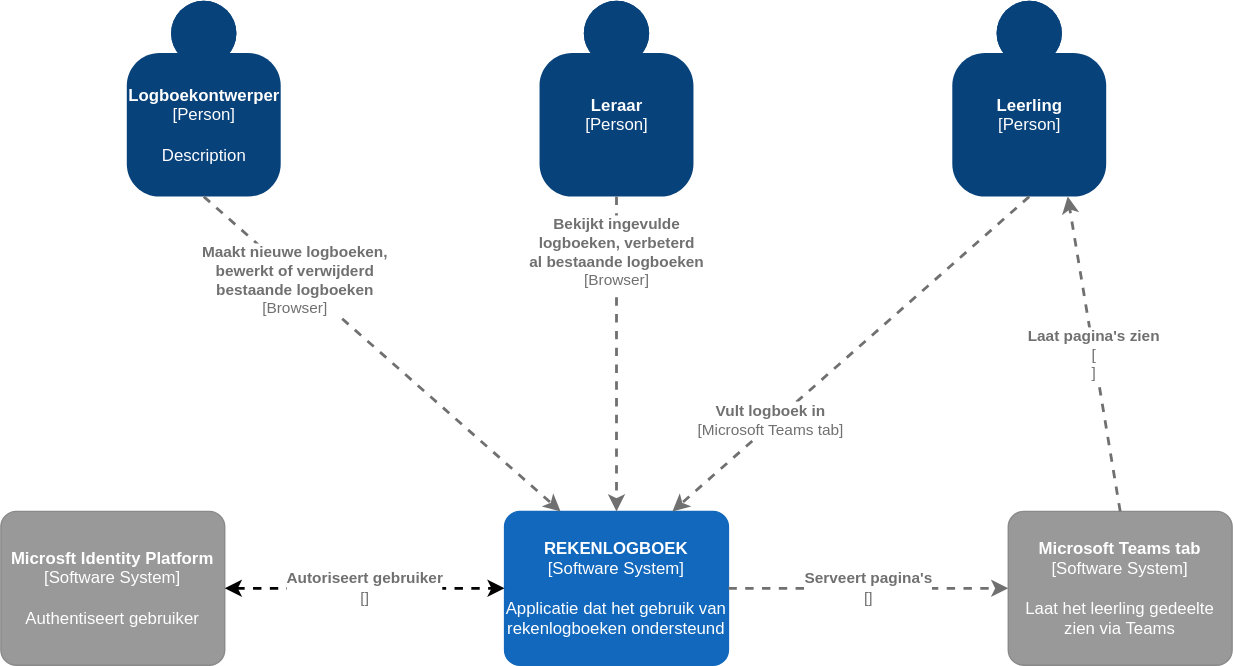
Rowan-Paul/HANAIM-DWA-Rekenlogboek keeps this draw.io diagram as docs/c4-model/systeem-context.svg. Above is the earlier version. Source tidied: cells renumbered, new cells last; positions are measured from the earlier drawing's top-left corner, leaving out a move shared by most shapes. Its diagram source:
```xml
<mxGraphModel>
  <root>
    <mxCell id="0" />
    <mxCell id="1" parent="0" />
    <object id="2" label="&lt;b&gt;%c4Name%&lt;/b&gt;&lt;div&gt;[%c4Type%]&lt;/div&gt;&lt;br&gt;&lt;div&gt;%c4Description%&lt;/div&gt;" c4Description="Applicatie dat het gebruik van rekenlogboeken ondersteund" c4Name="REKENLOGBOEK" c4Type="Software System" placeholders="1">
      <mxCell style="rounded=1;whiteSpace=wrap;html=1;labelBackgroundColor=none;fillColor=#1168BD;fontColor=#ffffff;align=center;arcSize=10;strokeColor=#1168BD;metaData={&quot;c4Type&quot;:{&quot;editable&quot;:false}};points=[[0.25,0,0],[0.5,0,0],[0.75,0,0],[1,0.25,0],[1,0.5,0],[1,0.75,0],[0.75,1,0],[0.5,1,0],[0.25,1,0],[0,0.75,0],[0,0.5,0],[0,0.25,0]];" parent="1" vertex="1">
        <mxGeometry x="360" y="365" width="160" height="110" as="geometry" />
      </mxCell>
    </object>
    <object id="3" label="&lt;b&gt;%c4Name%&lt;/b&gt;&lt;div&gt;[%c4Type%]&lt;/div&gt;&lt;br&gt;&lt;div&gt;%c4Description%&lt;/div&gt;" c4Description="" c4Name="Leraar" c4Type="Person" placeholders="1">
      <mxCell style="html=1;dashed=0;whitespace=wrap;fillColor=#08427b;strokeColor=none;fontColor=#ffffff;shape=mxgraph.c4.person;align=center;points=[[0.5,0,0],[1,0.5,0],[1,0.75,0],[0.75,1,0],[0.5,1,0],[0.25,1,0],[0,0.75,0],[0,0.5,0]];metaData={&quot;c4Type&quot;:{&quot;editable&quot;:false}};" parent="1" vertex="1">
        <mxGeometry x="385" width="110" height="140" as="geometry" />
      </mxCell>
    </object>
    <object id="4" label="&lt;b&gt;%c4Name%&lt;/b&gt;&lt;div&gt;[%c4Type%]&lt;/div&gt;&lt;br&gt;&lt;div&gt;%c4Description%&lt;/div&gt;" c4Description="Description" c4Name="Logboekontwerper" c4Type="Person" placeholders="1">
      <mxCell style="html=1;dashed=0;whitespace=wrap;fillColor=#08427b;strokeColor=none;fontColor=#ffffff;shape=mxgraph.c4.person;align=center;points=[[0.5,0,0],[1,0.5,0],[1,0.75,0],[0.75,1,0],[0.5,1,0],[0.25,1,0],[0,0.75,0],[0,0.5,0]];metaData={&quot;c4Type&quot;:{&quot;editable&quot;:false}};" parent="1" vertex="1">
        <mxGeometry x="90" width="110" height="140" as="geometry" />
      </mxCell>
    </object>
    <object id="5" label="&lt;b&gt;%c4Name%&lt;/b&gt;&lt;div&gt;[%c4Type%]&lt;/div&gt;&lt;br&gt;&lt;div&gt;%c4Description%&lt;/div&gt;" c4Description="" c4Name="Leerling" c4Type="Person" placeholders="1">
      <mxCell style="html=1;dashed=0;whitespace=wrap;fillColor=#08427b;strokeColor=none;fontColor=#ffffff;shape=mxgraph.c4.person;align=center;points=[[0.5,0,0],[1,0.5,0],[1,0.75,0],[0.75,1,0],[0.5,1,0],[0.25,1,0],[0,0.75,0],[0,0.5,0]];metaData={&quot;c4Type&quot;:{&quot;editable&quot;:false}};" parent="1" vertex="1">
        <mxGeometry x="680" width="110" height="140" as="geometry" />
      </mxCell>
    </object>
    <object id="6" label="&lt;div style=&quot;text-align: left&quot;&gt;&lt;div style=&quot;text-align: center&quot;&gt;&lt;b&gt;%c4Description%&lt;/b&gt;&lt;/div&gt;&lt;div style=&quot;text-align: center&quot;&gt;[%c4Technology%]&lt;/div&gt;&lt;/div&gt;" c4Description="Vult logboek in" c4Technology="Microsoft Teams tab" c4Type="Relationship" placeholders="1">
      <mxCell style="edgeStyle=none;rounded=0;html=1;entryX=0.75;entryY=0;jettySize=auto;strokeColor=#707070;strokeWidth=2;fontColor=#707070;jumpStyle=none;dashed=1;metaData={&quot;c4Type&quot;:{&quot;editable&quot;:false}};exitX=0.5;exitY=1;exitDx=0;exitDy=0;exitPerimeter=0;entryDx=0;entryDy=0;entryPerimeter=0;" parent="1" edge="1" source="5" target="2">
        <mxGeometry x="0.44" y="-2" relative="1" as="geometry">
          <mxPoint y="-1" as="offset" />
        </mxGeometry>
      </mxCell>
    </object>
    <object id="7" label="&lt;div style=&quot;text-align: left&quot;&gt;&lt;div style=&quot;text-align: center&quot;&gt;&lt;b&gt;%c4Description%&lt;/b&gt;&lt;/div&gt;&lt;div style=&quot;text-align: center&quot;&gt;[%c4Technology%]&lt;/div&gt;&lt;/div&gt;" c4Description="Bekijkt ingevulde&#10;logboeken, verbeterd&#10;al bestaande logboeken" c4Technology="Browser" c4Type="Relationship" placeholders="1">
      <mxCell style="edgeStyle=none;rounded=0;html=1;jettySize=auto;strokeColor=#707070;strokeWidth=2;fontColor=#707070;jumpStyle=none;dashed=1;metaData={&quot;c4Type&quot;:{&quot;editable&quot;:false}};exitX=0.5;exitY=1;exitDx=0;exitDy=0;exitPerimeter=0;" parent="1" edge="1" source="3" target="2">
        <mxGeometry x="-0.64" relative="1" as="geometry" />
      </mxCell>
    </object>
    <object id="8" label="&lt;div style=&quot;text-align: left&quot;&gt;&lt;div style=&quot;text-align: center&quot;&gt;&lt;b&gt;%c4Description%&lt;/b&gt;&lt;/div&gt;&lt;div style=&quot;text-align: center&quot;&gt;[%c4Technology%]&lt;/div&gt;&lt;/div&gt;" c4Description="Maakt nieuwe logboeken,&#10;bewerkt of verwijderd &#10;bestaande logboeken&#10;" c4Technology="Browser" c4Type="Relationship" placeholders="1">
      <mxCell style="edgeStyle=none;rounded=0;html=1;entryX=0.25;entryY=0;jettySize=auto;strokeColor=#707070;strokeWidth=2;fontColor=#707070;jumpStyle=none;dashed=1;metaData={&quot;c4Type&quot;:{&quot;editable&quot;:false}};exitX=0.5;exitY=1;exitDx=0;exitDy=0;exitPerimeter=0;entryDx=0;entryDy=0;entryPerimeter=0;" parent="1" edge="1" source="4" target="2">
        <mxGeometry x="-0.48" y="-2" relative="1" as="geometry" />
      </mxCell>
    </object>
    <object id="9" label="&lt;b&gt;%c4Name%&lt;/b&gt;&lt;div&gt;[%c4Type%]&lt;/div&gt;&lt;br&gt;&lt;div&gt;%c4Description%&lt;/div&gt;" c4Description="Laat het leerling gedeelte zien via Teams" c4Name="Microsoft Teams tab" c4Type="Software System" placeholders="1">
      <mxCell style="rounded=1;whiteSpace=wrap;html=1;labelBackgroundColor=none;fillColor=#999999;fontColor=#ffffff;align=center;arcSize=10;strokeColor=#8A8A8A;metaData={&quot;c4Type&quot;:{&quot;editable&quot;:false}};points=[[0.25,0,0],[0.5,0,0],[0.75,0,0],[1,0.25,0],[1,0.5,0],[1,0.75,0],[0.75,1,0],[0.5,1,0],[0.25,1,0],[0,0.75,0],[0,0.5,0],[0,0.25,0]];" parent="1" vertex="1">
        <mxGeometry x="720" y="365" width="160" height="110" as="geometry" />
      </mxCell>
    </object>
    <object id="10" label="&lt;div style=&quot;text-align: left&quot;&gt;&lt;div style=&quot;text-align: center&quot;&gt;&lt;b&gt;%c4Description%&lt;/b&gt;&lt;/div&gt;&lt;div style=&quot;text-align: center&quot;&gt;[%c4Technology%]&lt;/div&gt;&lt;/div&gt;" c4Description="Serveert pagina's" c4Technology="" c4Type="Relationship" placeholders="1">
      <mxCell style="edgeStyle=none;rounded=0;html=1;entryX=0;entryY=0.5;jettySize=auto;strokeColor=#707070;strokeWidth=2;fontColor=#707070;jumpStyle=none;dashed=1;metaData={&quot;c4Type&quot;:{&quot;editable&quot;:false}};exitX=1;exitY=0.5;exitDx=0;exitDy=0;exitPerimeter=0;entryDx=0;entryDy=0;entryPerimeter=0;" parent="1" edge="1" source="2" target="9">
        <mxGeometry relative="1" as="geometry" />
      </mxCell>
    </object>
    <object id="11" label="&lt;div style=&quot;text-align: left&quot;&gt;&lt;div style=&quot;text-align: center&quot;&gt;&lt;b&gt;%c4Description%&lt;/b&gt;&lt;/div&gt;&lt;div style=&quot;text-align: center&quot;&gt;[%c4Technology%]&lt;/div&gt;&lt;/div&gt;" c4Description="Laat pagina's zien" c4Technology="&#10;" c4Type="Relationship" placeholders="1">
      <mxCell style="edgeStyle=none;rounded=0;html=1;entryX=0.75;entryY=1;jettySize=auto;strokeColor=#707070;strokeWidth=2;fontColor=#707070;jumpStyle=none;dashed=1;metaData={&quot;c4Type&quot;:{&quot;editable&quot;:false}};exitX=0.5;exitY=0;exitDx=0;exitDy=0;exitPerimeter=0;entryDx=0;entryDy=0;entryPerimeter=0;" parent="1" edge="1" source="9" target="5">
        <mxGeometry relative="1" as="geometry" />
      </mxCell>
    </object>
    <object id="12" label="&lt;b&gt;%c4Name%&lt;/b&gt;&lt;div&gt;[%c4Type%]&lt;/div&gt;&lt;br&gt;&lt;div&gt;%c4Description%&lt;/div&gt;" c4Description="Authentiseert gebruiker" c4Name="Microsft Identity Platform" c4Type="Software System" placeholders="1">
      <mxCell style="rounded=1;whiteSpace=wrap;html=1;labelBackgroundColor=none;fillColor=#999999;fontColor=#ffffff;align=center;arcSize=10;strokeColor=#8A8A8A;metaData={&quot;c4Type&quot;:{&quot;editable&quot;:false}};points=[[0.25,0,0],[0.5,0,0],[0.75,0,0],[1,0.25,0],[1,0.5,0],[1,0.75,0],[0.75,1,0],[0.5,1,0],[0.25,1,0],[0,0.75,0],[0,0.5,0],[0,0.25,0]];" parent="1" vertex="1">
        <mxGeometry y="365" width="160" height="110" as="geometry" />
      </mxCell>
    </object>
    <object id="13" label="&lt;div style=&quot;text-align: left&quot;&gt;&lt;div style=&quot;text-align: center&quot;&gt;&lt;b&gt;%c4Description%&lt;/b&gt;&lt;/div&gt;&lt;div style=&quot;text-align: center&quot;&gt;[%c4Technology%]&lt;/div&gt;&lt;/div&gt;" c4Description="Autoriseert gebruiker" c4Technology="" c4Type="Relationship" placeholders="1">
      <mxCell style="edgeStyle=none;rounded=0;html=1;entryX=0;entryY=0.5;jettySize=auto;strokeWidth=2;fontColor=#707070;jumpStyle=none;dashed=1;metaData={&quot;c4Type&quot;:{&quot;editable&quot;:false}};exitX=1;exitY=0.5;exitDx=0;exitDy=0;exitPerimeter=0;entryDx=0;entryDy=0;entryPerimeter=0;startArrow=classic;startFill=1;" parent="1" edge="1" source="12" target="2">
        <mxGeometry relative="1" as="geometry" />
      </mxCell>
    </object>
  </root>
</mxGraphModel>
```
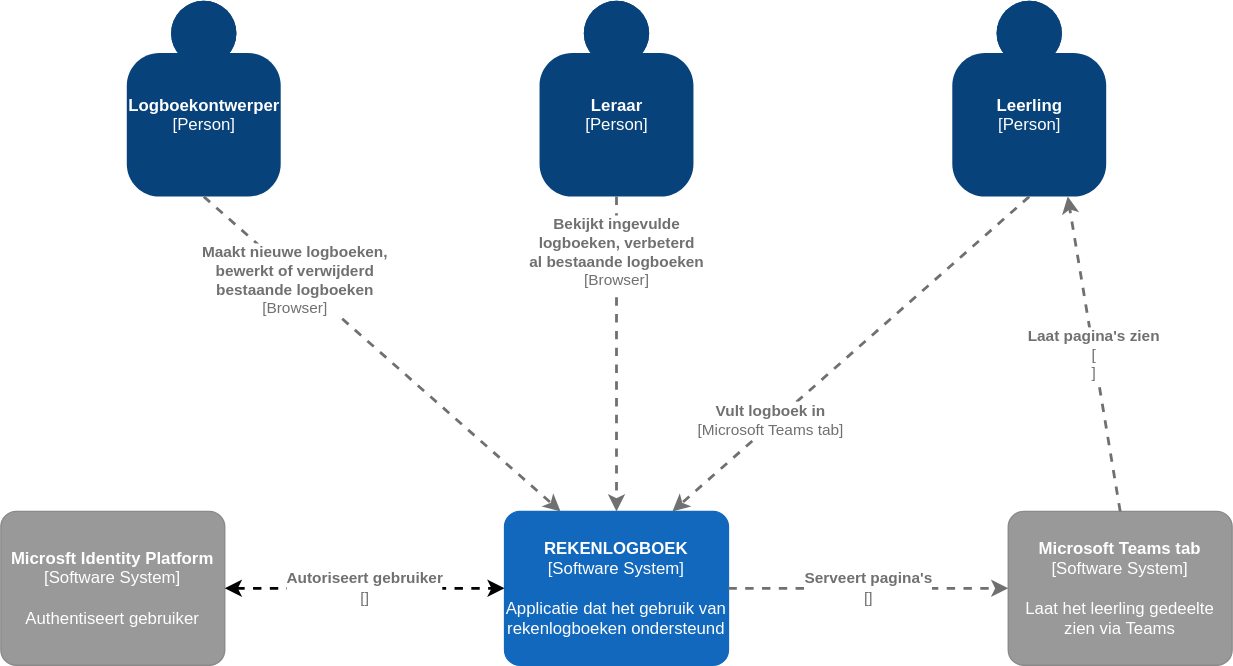
After the change.

Commit message:
Update systeem-context

Diff of the diagram source:
```diff
@@ -12,7 +12,7 @@
         <mxGeometry x="385" width="110" height="140" as="geometry" />
       </mxCell>
     </object>
-    <object id="4" label="&lt;b&gt;%c4Name%&lt;/b&gt;&lt;div&gt;[%c4Type%]&lt;/div&gt;&lt;br&gt;&lt;div&gt;%c4Description%&lt;/div&gt;" c4Description="Description" c4Name="Logboekontwerper" c4Type="Person" placeholders="1">
+    <object id="4" label="&lt;b&gt;%c4Name%&lt;/b&gt;&lt;div&gt;[%c4Type%]&lt;/div&gt;&lt;br&gt;&lt;div&gt;%c4Description%&lt;/div&gt;" c4Description="" c4Name="Logboekontwerper" c4Type="Person" placeholders="1">
       <mxCell style="html=1;dashed=0;whitespace=wrap;fillColor=#08427b;strokeColor=none;fontColor=#ffffff;shape=mxgraph.c4.person;align=center;points=[[0.5,0,0],[1,0.5,0],[1,0.75,0],[0.75,1,0],[0.5,1,0],[0.25,1,0],[0,0.75,0],[0,0.5,0]];metaData={&quot;c4Type&quot;:{&quot;editable&quot;:false}};" parent="1" vertex="1">
         <mxGeometry x="90" width="110" height="140" as="geometry" />
       </mxCell>
```
